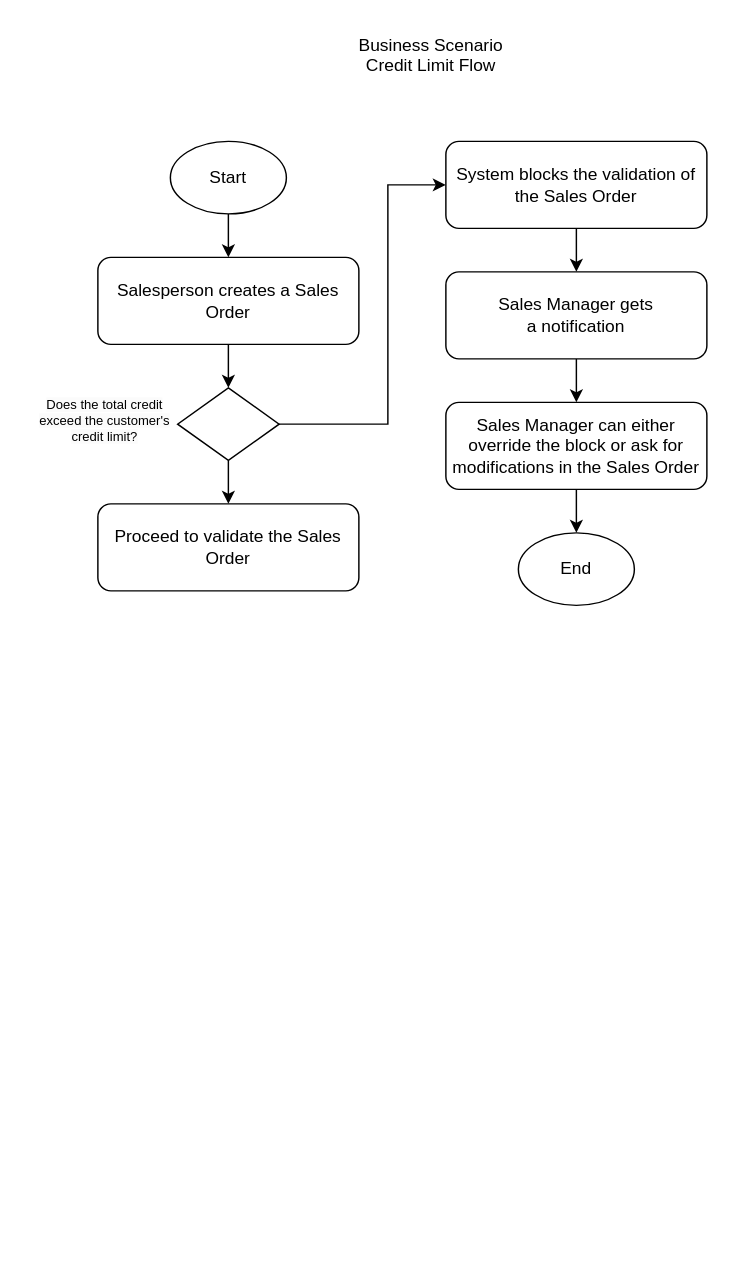
Before: Odoo Test Skill_Use case flowchart.drawio in ariesharry/Diagrams, a draw.io diagram. Source tidied: cells renumbered, new cells numbered last; positions are measured from the earlier drawing's top-left corner, leaving out a move shared by most shapes. Both pictures are drawn from the tidied source at 145%, with x=0, y=0 at pixel (32, 25).
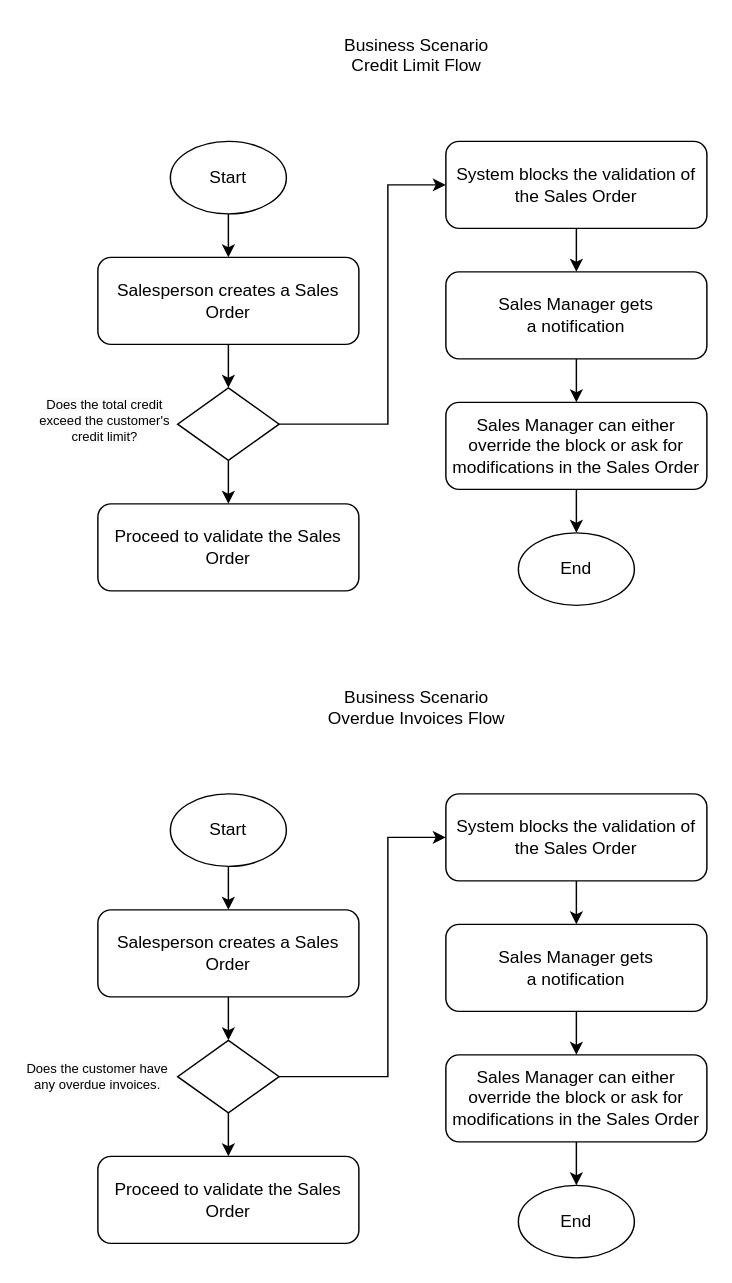
The same diagram, later.

Change to the diagram source:
```diff
@@
     <mxCell id="10" value="Business Scenario&lt;br&gt;Credit Limit Flow" style="text;whiteSpace=wrap;html=1;align=center;" parent="1" vertex="1">
-      <mxGeometry x="215" width="120" height="40" as="geometry" />
+      <mxGeometry x="205" width="120" height="40" as="geometry" />
     </mxCell>
@@
+    <mxCell id="19" style="edgeStyle=orthogonalEdgeStyle;rounded=0;jettySize=auto;html=1;exitX=0.5;exitY=1;exitDx=0;exitDy=0;entryX=0.5;entryY=0;entryDx=0;entryDy=0;" parent="1" edge="1" source="20" target="23">
+      <mxGeometry relative="1" as="geometry" />
+    </mxCell>
+    <mxCell id="20" value="Start" style="ellipse;whiteSpace=wrap;html=1;" parent="1" vertex="1">
+      <mxGeometry x="95" y="530" width="80" height="50" as="geometry" />
+    </mxCell>
+    <mxCell id="21" value="End" style="ellipse;whiteSpace=wrap;html=1;" parent="1" vertex="1">
+      <mxGeometry x="335" y="800" width="80" height="50" as="geometry" />
+    </mxCell>
+    <mxCell id="22" style="edgeStyle=orthogonalEdgeStyle;rounded=0;jettySize=auto;html=1;exitX=0.5;exitY=1;exitDx=0;exitDy=0;entryX=0.5;entryY=0;entryDx=0;entryDy=0;" parent="1" edge="1" source="23" target="26">
+      <mxGeometry relative="1" as="geometry" />
+    </mxCell>
+    <mxCell id="23" value="Salesperson creates a Sales Order" style="rounded=1;whiteSpace=wrap;html=1;" parent="1" vertex="1">
+      <mxGeometry x="45" y="610" width="180" height="60" as="geometry" />
+    </mxCell>
+    <mxCell id="24" style="edgeStyle=orthogonalEdgeStyle;rounded=0;jettySize=auto;html=1;exitX=0.5;exitY=1;exitDx=0;exitDy=0;entryX=0.5;entryY=0;entryDx=0;entryDy=0;" parent="1" edge="1" source="26" target="29">
+      <mxGeometry relative="1" as="geometry" />
+    </mxCell>
+    <mxCell id="25" style="edgeStyle=orthogonalEdgeStyle;rounded=0;jettySize=auto;html=1;exitX=1;exitY=0.5;exitDx=0;exitDy=0;entryX=0;entryY=0.5;entryDx=0;entryDy=0;" parent="1" edge="1" source="26" target="31">
+      <mxGeometry relative="1" as="geometry">
+        <Array as="points">
+          <mxPoint x="245" y="725" />
+          <mxPoint x="245" y="560" />
+        </Array>
+      </mxGeometry>
+    </mxCell>
+    <mxCell id="26" style="rhombus;whiteSpace=wrap;html=1;" parent="1" vertex="1">
+      <mxGeometry x="100" y="700" width="70" height="50" as="geometry" />
+    </mxCell>
+    <mxCell id="27" value="Business Scenario&lt;br&gt;Overdue Invoices Flow" style="text;whiteSpace=wrap;html=1;align=center;" parent="1" vertex="1">
+      <mxGeometry x="200" y="450" width="130" height="40" as="geometry" />
+    </mxCell>
+    <mxCell id="28" value="&lt;span style=&quot;color: rgb(0, 0, 0); font-family: Helvetica; font-size: 9px; font-style: normal; font-variant-ligatures: normal; font-variant-caps: normal; font-weight: 400; letter-spacing: normal; orphans: 2; text-indent: 0px; text-transform: none; widows: 2; word-spacing: 0px; -webkit-text-stroke-width: 0px; background-color: rgb(251, 251, 251); text-decoration-thickness: initial; text-decoration-style: initial; text-decoration-color: initial; float: none; display: inline !important;&quot;&gt;Does the customer have any overdue invoices.&lt;/span&gt;" style="text;whiteSpace=wrap;html=1;align=center;fontSize=9;" parent="1" vertex="1">
+      <mxGeometry x="-5" y="708" width="100" height="30" as="geometry" />
+    </mxCell>
+    <mxCell id="29" value="Proceed to validate the Sales Order" style="rounded=1;whiteSpace=wrap;html=1;" parent="1" vertex="1">
+      <mxGeometry x="45" y="780" width="180" height="60" as="geometry" />
+    </mxCell>
+    <mxCell id="30" style="edgeStyle=orthogonalEdgeStyle;rounded=0;jettySize=auto;html=1;exitX=0.5;exitY=1;exitDx=0;exitDy=0;entryX=0.5;entryY=0;entryDx=0;entryDy=0;" parent="1" edge="1" source="31" target="33">
+      <mxGeometry relative="1" as="geometry" />
+    </mxCell>
+    <mxCell id="31" value="System blocks the validation of the Sales Order" style="rounded=1;whiteSpace=wrap;html=1;" parent="1" vertex="1">
+      <mxGeometry x="285" y="530" width="180" height="60" as="geometry" />
+    </mxCell>
+    <mxCell id="32" style="edgeStyle=orthogonalEdgeStyle;rounded=0;jettySize=auto;html=1;exitX=0.5;exitY=1;exitDx=0;exitDy=0;entryX=0.5;entryY=0;entryDx=0;entryDy=0;" parent="1" edge="1" source="33" target="35">
+      <mxGeometry relative="1" as="geometry" />
+    </mxCell>
+    <mxCell id="33" value="Sales Manager gets &lt;br&gt;a notification" style="rounded=1;whiteSpace=wrap;html=1;" parent="1" vertex="1">
+      <mxGeometry x="285" y="620" width="180" height="60" as="geometry" />
+    </mxCell>
+    <mxCell id="34" style="edgeStyle=orthogonalEdgeStyle;rounded=0;jettySize=auto;html=1;exitX=0.5;exitY=1;exitDx=0;exitDy=0;entryX=0.5;entryY=0;entryDx=0;entryDy=0;" parent="1" edge="1" source="35" target="21">
+      <mxGeometry relative="1" as="geometry" />
+    </mxCell>
+    <mxCell id="35" value="Sales Manager can either override the block or ask for modifications in the Sales Order" style="rounded=1;whiteSpace=wrap;html=1;" parent="1" vertex="1">
+      <mxGeometry x="285" y="710" width="180" height="60" as="geometry" />
+    </mxCell>
```
